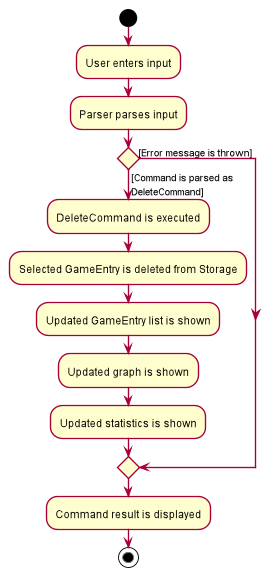
Above: docs/images/DeleteActivityDiagram.png in yzhilong/tp (PlantUML), before the change.
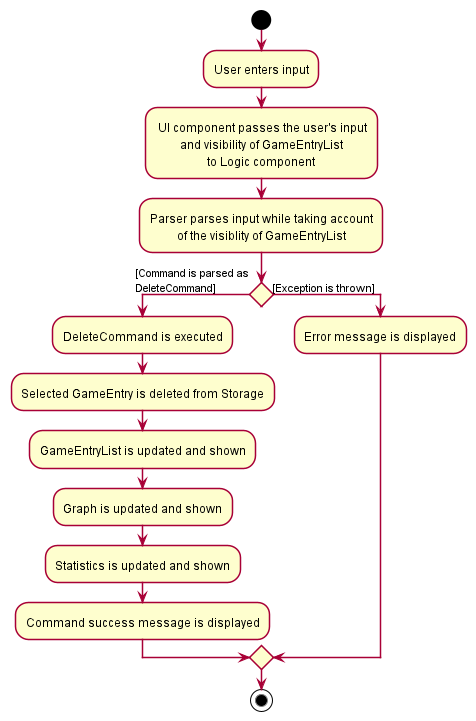
The same file after the commit.

The edit, as a diff of the source:
```diff
@@ -2,16 +2,22 @@
 !include style.puml
 start
 :User enters input;
-:Parser parses input;
+: UI component passes the user's input
+and visibility of GameEntryList
+to Logic component;
+:Parser parses input while taking account
+of the visiblity of GameEntryList;
 if () then ([Command is parsed as
 DeleteCommand])
 :DeleteCommand is executed;
 :Selected GameEntry is deleted from Storage;
-:Updated GameEntry list is shown;
-:Updated graph is shown;
-:Updated statistics is shown;
-else ([Error message is thrown])
+:GameEntryList is updated and shown;
+:Graph is updated and shown;
+:Statistics is updated and shown;
+:Command success message is displayed;
+else ([Exception is thrown])
+:Error message is displayed;
 endif
-:Command result is displayed;
+
 stop
 @enduml
```
